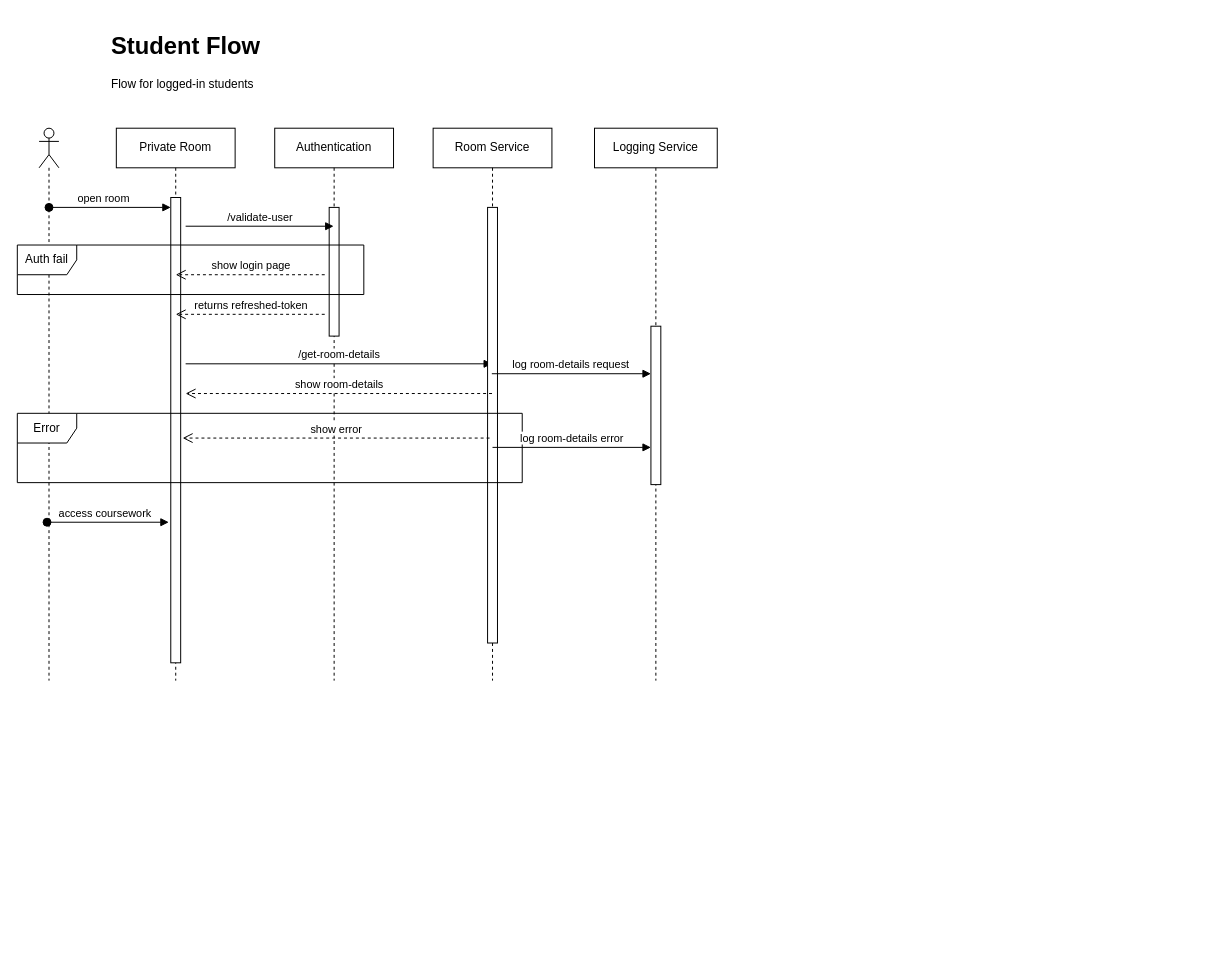
Before: page "Student Flow" (3 of 3) of docs/assets/Sequence Diagram.drawio in akshayvijaynair/music-academy-docs, a draw.io diagram. Source tidied: cells renumbered, new cells numbered last; positions are measured from the earlier drawing's top-left corner, leaving out a move shared by most shapes. Both pictures are drawn from the tidied source at 99%, with x=0, y=0 at pixel (17, 27).
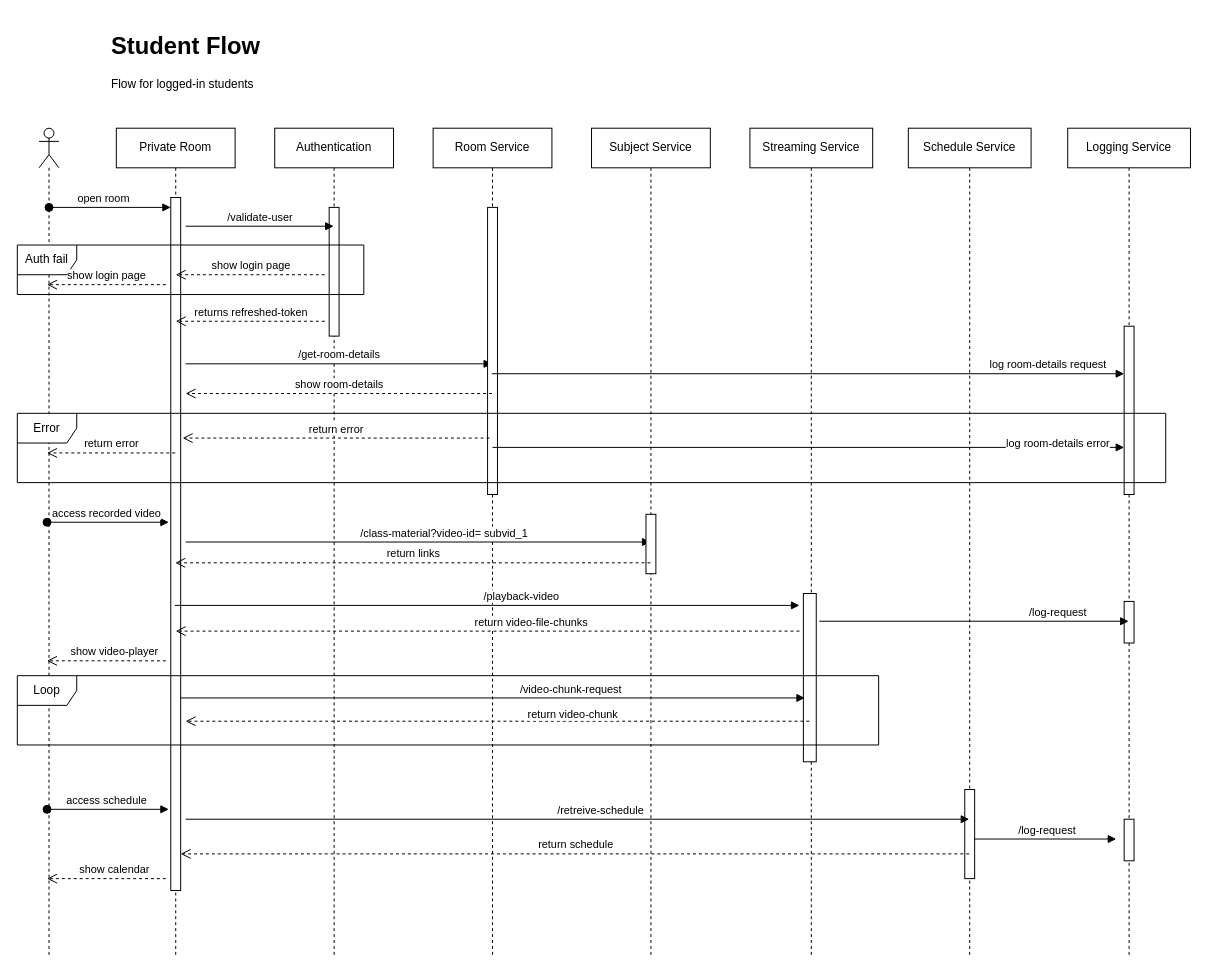
The same page after the edit.

Change to the diagram source:
```diff
@@
     <mxCell id="2" value="Private Room" style="shape=umlLifeline;perimeter=lifelinePerimeter;whiteSpace=wrap;html=1;outlineConnect=0;portConstraint=eastwest;newEdgeStyle={&quot;edgeStyle&quot;:&quot;elbowEdgeStyle&quot;,&quot;elbow&quot;:&quot;vertical&quot;,&quot;curved&quot;:0,&quot;rounded&quot;:0};" parent="1" vertex="1">
-      <mxGeometry x="100" y="102" width="120" height="558" as="geometry" />
+      <mxGeometry x="100" y="102" width="120" height="838" as="geometry" />
     </mxCell>
     <mxCell id="3" style="html=1;points=[];perimeter=orthogonalPerimeter;outlineConnect=0;targetShapes=umlLifeline;portConstraint=eastwest;newEdgeStyle={&quot;edgeStyle&quot;:&quot;elbowEdgeStyle&quot;,&quot;elbow&quot;:&quot;vertical&quot;,&quot;curved&quot;:0,&quot;rounded&quot;:0};" parent="2" vertex="1">
-      <mxGeometry x="55" y="70" width="10" height="470" as="geometry" />
+      <mxGeometry x="55" y="70" width="10" height="700" as="geometry" />
     </mxCell>
     <mxCell id="4" value="Authentication" style="shape=umlLifeline;perimeter=lifelinePerimeter;whiteSpace=wrap;html=1;newEdgeStyle={&quot;edgeStyle&quot;:&quot;elbowEdgeStyle&quot;,&quot;elbow&quot;:&quot;vertical&quot;,&quot;curved&quot;:0,&quot;rounded&quot;:0};" parent="1" vertex="1">
-      <mxGeometry x="260" y="102" width="120" height="558" as="geometry" />
+      <mxGeometry x="260" y="102" width="120" height="838" as="geometry" />
     </mxCell>
@@
     <mxCell id="6" style="shape=umlLifeline;perimeter=lifelinePerimeter;whiteSpace=wrap;html=1;newEdgeStyle={&quot;curved&quot;:0,&quot;rounded&quot;:0};participant=umlActor;" parent="1" vertex="1">
-      <mxGeometry x="22" y="102" width="20" height="558" as="geometry" />
+      <mxGeometry x="22" y="102" width="20" height="838" as="geometry" />
     </mxCell>
@@
     <mxCell id="9" value="Logging Service" style="shape=umlLifeline;perimeter=lifelinePerimeter;whiteSpace=wrap;html=1;outlineConnect=0;portConstraint=eastwest;newEdgeStyle={&quot;edgeStyle&quot;:&quot;elbowEdgeStyle&quot;,&quot;elbow&quot;:&quot;vertical&quot;,&quot;curved&quot;:0,&quot;rounded&quot;:0};" parent="1" vertex="1">
-      <mxGeometry x="583" y="102" width="124" height="558" as="geometry" />
+      <mxGeometry x="1061" y="102" width="124" height="838" as="geometry" />
     </mxCell>
@@
     <mxCell id="11" style="html=1;points=[];perimeter=orthogonalPerimeter;outlineConnect=0;targetShapes=umlLifeline;portConstraint=eastwest;newEdgeStyle={&quot;edgeStyle&quot;:&quot;elbowEdgeStyle&quot;,&quot;elbow&quot;:&quot;vertical&quot;,&quot;curved&quot;:0,&quot;rounded&quot;:0};" parent="9" vertex="1">
-      <mxGeometry x="57" y="200" width="10" height="160" as="geometry" />
+      <mxGeometry x="57" y="200" width="10" height="170" as="geometry" />
     </mxCell>
+    <mxCell id="25" style="html=1;perimeter=orthogonalPerimeter;targetShapes=umlLifeline;newEdgeStyle={&quot;edgeStyle&quot;:&quot;elbowEdgeStyle&quot;,&quot;elbow&quot;:&quot;vertical&quot;,&quot;curved&quot;:0,&quot;rounded&quot;:0};" parent="9" vertex="1">
+      <mxGeometry x="57" y="478" width="10" height="42" as="geometry" />
+    </mxCell>
+    <mxCell id="26" style="html=1;perimeter=orthogonalPerimeter;targetShapes=umlLifeline;newEdgeStyle={&quot;edgeStyle&quot;:&quot;elbowEdgeStyle&quot;,&quot;elbow&quot;:&quot;vertical&quot;,&quot;curved&quot;:0,&quot;rounded&quot;:0};" parent="9" vertex="1">
+      <mxGeometry x="57" y="698" width="10" height="42" as="geometry" />
+    </mxCell>
@@
     <mxCell id="15" value="returns refreshed-token" style="html=1;verticalAlign=bottom;endArrow=open;dashed=1;endSize=8;curved=0;rounded=0;" parent="1" edge="1">
       <mxGeometry relative="1" as="geometry">
-        <mxPoint x="310.5" y="290" as="sourcePoint" />
-        <mxPoint x="160" y="290" as="targetPoint" />
+        <mxPoint x="310.5" y="297" as="sourcePoint" />
+        <mxPoint x="160" y="297" as="targetPoint" />
       </mxGeometry>
     </mxCell>
@@
     <mxCell id="17" value="Room Service" style="shape=umlLifeline;perimeter=lifelinePerimeter;whiteSpace=wrap;html=1;outlineConnect=0;portConstraint=eastwest;newEdgeStyle={&quot;edgeStyle&quot;:&quot;elbowEdgeStyle&quot;,&quot;elbow&quot;:&quot;vertical&quot;,&quot;curved&quot;:0,&quot;rounded&quot;:0};" parent="1" vertex="1">
-      <mxGeometry x="420" y="102" width="120" height="558" as="geometry" />
+      <mxGeometry x="420" y="102" width="120" height="838" as="geometry" />
     </mxCell>
     <mxCell id="18" style="html=1;perimeter=orthogonalPerimeter;targetShapes=umlLifeline;newEdgeStyle={&quot;edgeStyle&quot;:&quot;elbowEdgeStyle&quot;,&quot;elbow&quot;:&quot;vertical&quot;,&quot;curved&quot;:0,&quot;rounded&quot;:0};" parent="17" vertex="1">
-      <mxGeometry x="55" y="80" width="10" height="440" as="geometry" />
+      <mxGeometry x="55" y="80" width="10" height="290" as="geometry" />
     </mxCell>
-    <mxCell id="19" value="Error" style="shape=umlFrame;whiteSpace=wrap;html=1;" parent="1" vertex="1">
-      <mxGeometry y="390" width="510" height="70" as="geometry" />
-    </mxCell>
@@
-    <mxCell id="21" value="show error" style="html=1;verticalAlign=bottom;endArrow=open;dashed=1;endSize=8;curved=0;rounded=0;" parent="1" edge="1">
+    <mxCell id="21" value="return error" style="html=1;verticalAlign=bottom;endArrow=open;dashed=1;endSize=8;curved=0;rounded=0;" parent="1" edge="1">
       <mxGeometry relative="1" as="geometry">
         <mxPoint x="477" y="415" as="sourcePoint" />
         <mxPoint x="167" y="415" as="targetPoint" />
       </mxGeometry>
     </mxCell>
-    <mxCell id="22" value="access coursework&amp;nbsp;" style="html=1;verticalAlign=bottom;startArrow=oval;startFill=1;endArrow=block;startSize=8;curved=0;rounded=0;" parent="1" edge="1">
+    <mxCell id="22" value="access recorded video" style="html=1;verticalAlign=bottom;startArrow=oval;startFill=1;endArrow=block;startSize=8;curved=0;rounded=0;" parent="1" edge="1">
       <mxGeometry x="-0.02" relative="1" as="geometry">
         <mxPoint x="30" y="500" as="sourcePoint" />
         <mxPoint x="153" y="500" as="targetPoint" />
       </mxGeometry>
     </mxCell>
+    <mxCell id="27" value="/class-material?video-id= subvid_1" style="html=1;verticalAlign=bottom;endArrow=block;curved=0;rounded=0;" parent="1" edge="1" target="28">
+      <mxGeometry x="0.11" relative="1" as="geometry">
+        <mxPoint x="170" y="520" as="sourcePoint" />
+      </mxGeometry>
+    </mxCell>
+    <mxCell id="28" value="Subject Service" style="shape=umlLifeline;perimeter=lifelinePerimeter;whiteSpace=wrap;html=1;outlineConnect=0;portConstraint=eastwest;newEdgeStyle={&quot;edgeStyle&quot;:&quot;elbowEdgeStyle&quot;,&quot;elbow&quot;:&quot;vertical&quot;,&quot;curved&quot;:0,&quot;rounded&quot;:0};" parent="1" vertex="1">
+      <mxGeometry x="580" y="102" width="120" height="838" as="geometry" />
+    </mxCell>
+    <mxCell id="29" style="html=1;perimeter=orthogonalPerimeter;targetShapes=umlLifeline;newEdgeStyle={&quot;edgeStyle&quot;:&quot;elbowEdgeStyle&quot;,&quot;elbow&quot;:&quot;vertical&quot;,&quot;curved&quot;:0,&quot;rounded&quot;:0};" parent="28" vertex="1">
+      <mxGeometry x="55" y="390" width="10" height="60" as="geometry" />
+    </mxCell>
+    <mxCell id="30" value="return links" style="html=1;verticalAlign=bottom;endArrow=open;dashed=1;endSize=8;curved=0;rounded=0;" parent="1" edge="1">
+      <mxGeometry relative="1" as="geometry">
+        <mxPoint x="639.5" y="541" as="sourcePoint" />
+        <mxPoint x="159.5" y="541" as="targetPoint" />
+      </mxGeometry>
+    </mxCell>
-    <mxCell id="23" value="log room-details request" style="html=1;verticalAlign=bottom;endArrow=block;curved=0;rounded=0;" parent="1" edge="1">
-      <mxGeometry relative="1" as="geometry">
+    <mxCell id="23" value="log room-details request" style="html=1;verticalAlign=bottom;endArrow=block;curved=0;rounded=0;" parent="1" edge="1" target="11">
+      <mxGeometry x="0.76" relative="1" as="geometry">
         <mxPoint x="479.3" y="350" as="sourcePoint" />
-        <mxPoint x="640" y="350" as="targetPoint" />
       </mxGeometry>
     </mxCell>
     <mxCell id="24" value="log room-details error" style="html=1;verticalAlign=bottom;endArrow=block;curved=0;rounded=0;" parent="1" edge="1" target="11">
-      <mxGeometry relative="1" as="geometry">
+      <mxGeometry x="0.79" y="-6" relative="1" as="geometry">
         <mxPoint x="480" y="424.4" as="sourcePoint" />
       </mxGeometry>
     </mxCell>
+    <mxCell id="31" value="Streaming Service" style="shape=umlLifeline;perimeter=lifelinePerimeter;whiteSpace=wrap;html=1;newEdgeStyle={&quot;edgeStyle&quot;:&quot;elbowEdgeStyle&quot;,&quot;elbow&quot;:&quot;vertical&quot;,&quot;curved&quot;:0,&quot;rounded&quot;:0};" parent="1" vertex="1">
+      <mxGeometry x="740" y="102" width="124" height="838" as="geometry" />
+    </mxCell>
+    <mxCell id="32" style="html=1;perimeter=orthogonalPerimeter;targetShapes=umlLifeline;newEdgeStyle={&quot;edgeStyle&quot;:&quot;elbowEdgeStyle&quot;,&quot;elbow&quot;:&quot;vertical&quot;,&quot;curved&quot;:0,&quot;rounded&quot;:0};" parent="31" vertex="1">
+      <mxGeometry x="54" y="470" width="13" height="170" as="geometry" />
+    </mxCell>
+    <mxCell id="33" value="return video-file-chunks" style="html=1;verticalAlign=bottom;endArrow=open;dashed=1;endSize=8;curved=0;rounded=0;" parent="1" edge="1">
+      <mxGeometry x="-0.14" relative="1" as="geometry">
+        <mxPoint x="790" y="610" as="sourcePoint" />
+        <mxPoint x="160" y="610" as="targetPoint" />
+      </mxGeometry>
+    </mxCell>
+    <mxCell id="34" value="/playback-video" style="html=1;verticalAlign=bottom;endArrow=block;curved=0;rounded=0;" parent="1" edge="1">
+      <mxGeometry x="0.11" relative="1" as="geometry">
+        <mxPoint x="159" y="584" as="sourcePoint" />
+        <mxPoint x="790" y="584" as="targetPoint" />
+      </mxGeometry>
+    </mxCell>
+    <mxCell id="19" value="Loop" style="shape=umlFrame;whiteSpace=wrap;html=1;" parent="1" vertex="1">
+      <mxGeometry y="655" width="870" height="70" as="geometry" />
+    </mxCell>
+    <mxCell id="35" value="/video-chunk-request" style="html=1;verticalAlign=bottom;endArrow=block;curved=0;rounded=0;" parent="1" edge="1">
+      <mxGeometry x="0.25" relative="1" as="geometry">
+        <mxPoint x="164.5" y="677.5" as="sourcePoint" />
+        <mxPoint x="795.5" y="677.5" as="targetPoint" />
+      </mxGeometry>
+    </mxCell>
+    <mxCell id="36" value="return video-chunk" style="html=1;verticalAlign=bottom;endArrow=open;dashed=1;endSize=8;curved=0;rounded=0;" parent="1" edge="1">
+      <mxGeometry x="-0.24" y="2" relative="1" as="geometry">
+        <mxPoint x="800" y="701" as="sourcePoint" />
+        <mxPoint x="170" y="701" as="targetPoint" />
+      </mxGeometry>
+    </mxCell>
+    <mxCell id="37" value="show video-player" style="html=1;verticalAlign=bottom;endArrow=open;dashed=1;endSize=8;curved=0;rounded=0;" parent="1" edge="1">
+      <mxGeometry x="-0.14" relative="1" as="geometry">
+        <mxPoint x="150" y="640" as="sourcePoint" />
+        <mxPoint x="30" y="640" as="targetPoint" />
+      </mxGeometry>
+    </mxCell>
+    <mxCell id="38" value="access schedule" style="html=1;verticalAlign=bottom;startArrow=oval;startFill=1;endArrow=block;startSize=8;curved=0;rounded=0;" parent="1" edge="1">
+      <mxGeometry x="-0.02" relative="1" as="geometry">
+        <mxPoint x="30" y="790" as="sourcePoint" />
+        <mxPoint x="153" y="790" as="targetPoint" />
+      </mxGeometry>
+    </mxCell>
+    <mxCell id="39" value="return error" style="html=1;verticalAlign=bottom;endArrow=open;dashed=1;endSize=8;curved=0;rounded=0;" parent="1" edge="1" source="2">
+      <mxGeometry relative="1" as="geometry">
+        <mxPoint x="30" y="430" as="targetPoint" />
+      </mxGeometry>
+    </mxCell>
+    <mxCell id="40" value="show login page" style="html=1;verticalAlign=bottom;endArrow=open;dashed=1;endSize=8;curved=0;rounded=0;" parent="1" edge="1">
+      <mxGeometry relative="1" as="geometry">
+        <mxPoint x="150" y="260" as="sourcePoint" />
+        <mxPoint x="30" y="260" as="targetPoint" />
+      </mxGeometry>
+    </mxCell>
+    <mxCell id="41" value="Error" style="shape=umlFrame;whiteSpace=wrap;html=1;" parent="1" vertex="1">
+      <mxGeometry y="390" width="1160" height="70" as="geometry" />
+    </mxCell>
+    <mxCell id="42" value="/log-request" style="html=1;verticalAlign=bottom;endArrow=block;curved=0;rounded=0;" parent="1" edge="1" target="9">
+      <mxGeometry x="0.54" relative="1" as="geometry">
+        <mxPoint x="810" y="600" as="sourcePoint" />
+      </mxGeometry>
+    </mxCell>
+    <mxCell id="43" value="Schedule Service" style="shape=umlLifeline;perimeter=lifelinePerimeter;whiteSpace=wrap;html=1;outlineConnect=0;portConstraint=eastwest;newEdgeStyle={&quot;edgeStyle&quot;:&quot;elbowEdgeStyle&quot;,&quot;elbow&quot;:&quot;vertical&quot;,&quot;curved&quot;:0,&quot;rounded&quot;:0};" parent="1" vertex="1">
+      <mxGeometry x="900" y="102" width="124" height="838" as="geometry" />
+    </mxCell>
+    <mxCell id="44" style="html=1;perimeter=orthogonalPerimeter;targetShapes=umlLifeline;newEdgeStyle={&quot;edgeStyle&quot;:&quot;elbowEdgeStyle&quot;,&quot;elbow&quot;:&quot;vertical&quot;,&quot;curved&quot;:0,&quot;rounded&quot;:0};" parent="43" vertex="1">
+      <mxGeometry x="57" y="668" width="10" height="90" as="geometry" />
+    </mxCell>
+    <mxCell id="45" value="/retreive-schedule" style="html=1;verticalAlign=bottom;endArrow=block;curved=0;rounded=0;" parent="1" edge="1" target="43">
+      <mxGeometry x="0.06" relative="1" as="geometry">
+        <mxPoint x="170" y="800" as="sourcePoint" />
+      </mxGeometry>
+    </mxCell>
+    <mxCell id="46" value="return schedule" style="html=1;verticalAlign=bottom;endArrow=open;dashed=1;endSize=8;curved=0;rounded=0;" parent="1" edge="1">
+      <mxGeometry relative="1" as="geometry">
+        <mxPoint x="961.5" y="835" as="sourcePoint" />
+        <mxPoint x="165" y="835" as="targetPoint" />
+      </mxGeometry>
+    </mxCell>
+    <mxCell id="47" value="/log-request" style="html=1;verticalAlign=bottom;endArrow=block;curved=0;rounded=0;" parent="1" edge="1">
+      <mxGeometry x="0.02" relative="1" as="geometry">
+        <mxPoint x="966.5" y="820" as="sourcePoint" />
+        <mxPoint x="1110" y="820" as="targetPoint" />
+      </mxGeometry>
+    </mxCell>
+    <mxCell id="48" value="show calendar" style="html=1;verticalAlign=bottom;endArrow=open;dashed=1;endSize=8;curved=0;rounded=0;" parent="1" edge="1">
+      <mxGeometry x="-0.14" relative="1" as="geometry">
+        <mxPoint x="150" y="860" as="sourcePoint" />
+        <mxPoint x="30" y="860" as="targetPoint" />
+      </mxGeometry>
+    </mxCell>
```
